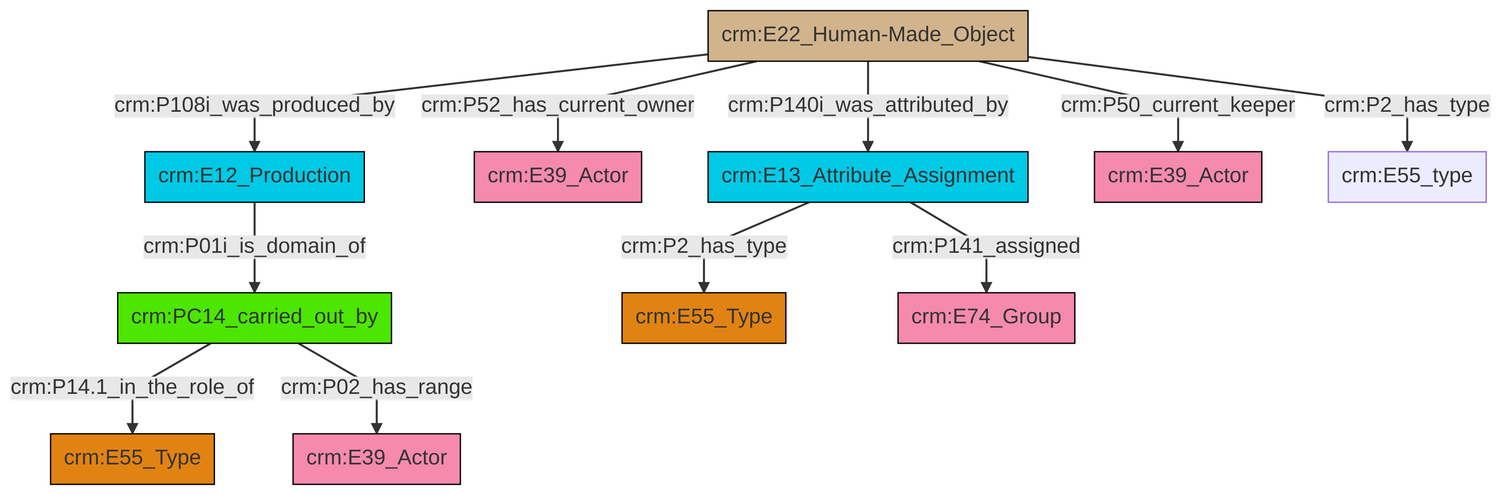
Earlier version of the Mermaid export et/artworkCSV/ttl/mmd/png/Artwork_Actor_Relations.png (swiss-art-research-net/reference-data-models). Its source is kept beside it as et/artworkCSV/ttl/mmd/Artwork_Actor_Relations.ttl.mmd.
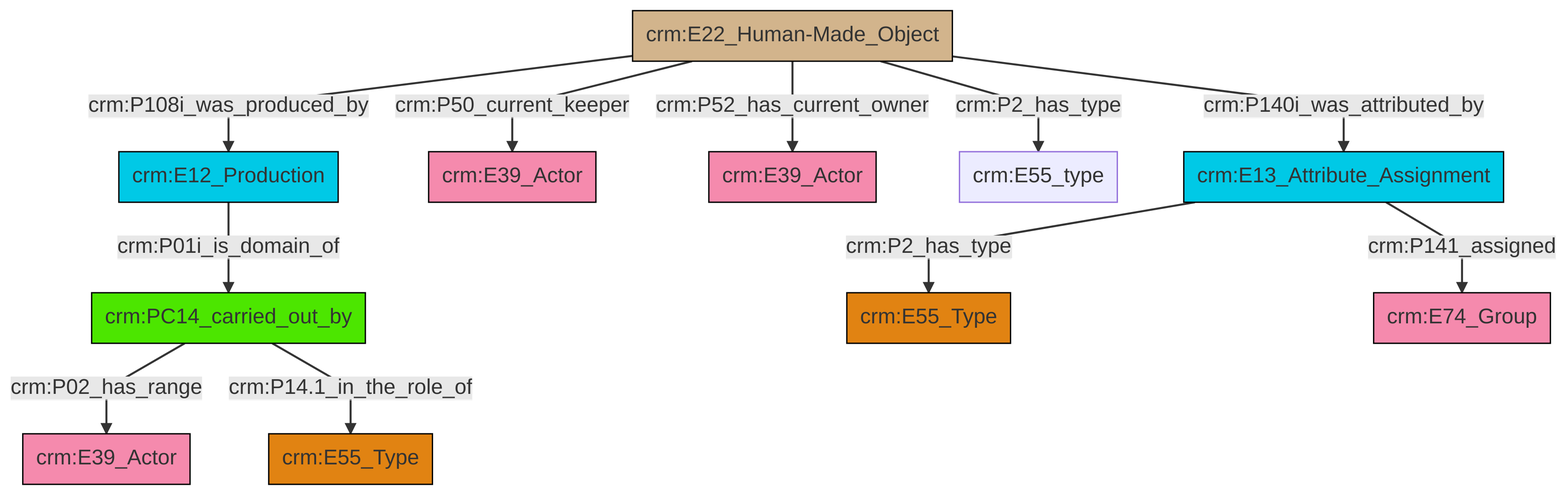
After the commit.

Change to the diagram source:
```diff
@@ -13,13 +13,13 @@
 classDef PC_Classes fill:#4ce600, stroke:#000000;
 classDef Multi fill:#cccccc,stroke:#000000;
 
-6["crm:E13_Attribute_Assignment"]:::Temporal_Entity -->|crm:P2_has_type| 7["crm:E55_Type"]:::Type
-10["crm:E22_Human-Made_Object"]:::Physical_Thing -->|crm:P108i_was_produced_by| 2["crm:E12_Production"]:::Temporal_Entity
-6["crm:E13_Attribute_Assignment"]:::Temporal_Entity -->|crm:P141_assigned| 8["crm:E74_Group"]:::Actor
-2["crm:E12_Production"]:::Temporal_Entity -->|crm:P01i_is_domain_of| 0["crm:PC14_carried_out_by"]:::PC_Classes
-0["crm:PC14_carried_out_by"]:::PC_Classes -->|crm:P14.1_in_the_role_of| 14["crm:E55_Type"]:::Type
-10["crm:E22_Human-Made_Object"]:::Physical_Thing -->|crm:P2_has_type| 17["crm:E55_type"]:::Default
-10["crm:E22_Human-Made_Object"]:::Physical_Thing -->|crm:P50_current_keeper| 15["crm:E39_Actor"]:::Actor
-0["crm:PC14_carried_out_by"]:::PC_Classes -->|crm:P02_has_range| 11["crm:E39_Actor"]:::Actor
-10["crm:E22_Human-Made_Object"]:::Physical_Thing -->|crm:P52_has_current_owner| 4["crm:E39_Actor"]:::Actor
-10["crm:E22_Human-Made_Object"]:::Physical_Thing -->|crm:P140i_was_attributed_by| 6["crm:E13_Attribute_Assignment"]:::Temporal_Entity
+2["crm:E22_Human-Made_Object"]:::Physical_Thing -->|crm:P108i_was_produced_by| 3["crm:E12_Production"]:::Temporal_Entity
+2["crm:E22_Human-Made_Object"]:::Physical_Thing -->|crm:P50_current_keeper| 4["crm:E39_Actor"]:::Actor
+2["crm:E22_Human-Made_Object"]:::Physical_Thing -->|crm:P52_has_current_owner| 7["crm:E39_Actor"]:::Actor
+2["crm:E22_Human-Made_Object"]:::Physical_Thing -->|crm:P2_has_type| 0["crm:E55_type"]:::Default
+12["crm:E13_Attribute_Assignment"]:::Temporal_Entity -->|crm:P2_has_type| 10["crm:E55_Type"]:::Type
+15["crm:PC14_carried_out_by"]:::PC_Classes -->|crm:P02_has_range| 8["crm:E39_Actor"]:::Actor
+2["crm:E22_Human-Made_Object"]:::Physical_Thing -->|crm:P140i_was_attributed_by| 12["crm:E13_Attribute_Assignment"]:::Temporal_Entity
+3["crm:E12_Production"]:::Temporal_Entity -->|crm:P01i_is_domain_of| 15["crm:PC14_carried_out_by"]:::PC_Classes
+12["crm:E13_Attribute_Assignment"]:::Temporal_Entity -->|crm:P141_assigned| 20["crm:E74_Group"]:::Actor
+15["crm:PC14_carried_out_by"]:::PC_Classes -->|crm:P14.1_in_the_role_of| 5["crm:E55_Type"]:::Type
```
